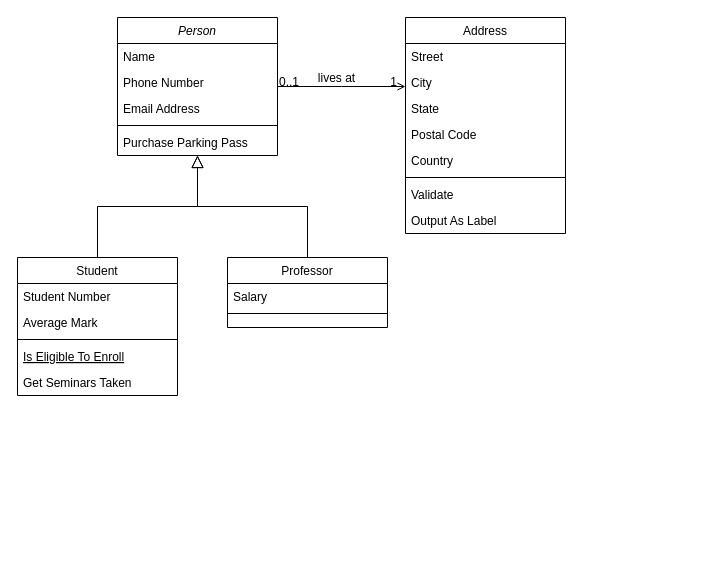
This is CashWithdrawalsClassDiagram.drawio from mattwatts36/drawings, a draw.io file, before an edit. Source tidied: cells renumbered, new cells numbered last; positions are measured from the earlier drawing's top-left corner, leaving out a move shared by most shapes. Both pictures are drawn from the tidied source at 100%, with x=0, y=0 at pixel (17, 17).
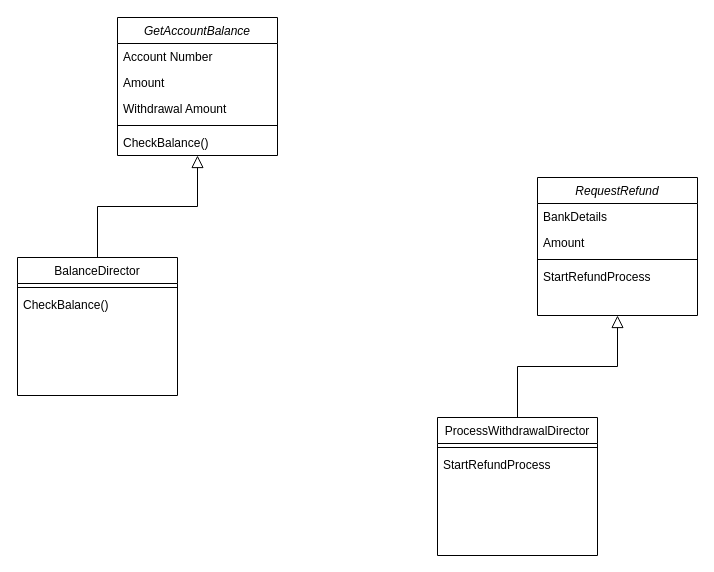
After the change.

Commit message:
Added first two directors

The edit, as a diff of the source:
```diff
@@
-    <mxCell id="2" value="Person" style="swimlane;fontStyle=2;align=center;verticalAlign=top;horizontal=1;startSize=26;rounded=0;shadow=0;strokeWidth=1;" parent="1" vertex="1">
+    <mxCell id="2" value="GetAccountBalance" style="swimlane;fontStyle=2;align=center;verticalAlign=top;horizontal=1;startSize=26;rounded=0;shadow=0;strokeWidth=1;" parent="1" vertex="1">
       <mxGeometry x="100" width="160" height="138" as="geometry" />
     </mxCell>
-    <mxCell id="3" value="Name" style="text;align=left;verticalAlign=top;spacingLeft=4;spacingRight=4;overflow=hidden;" parent="2" vertex="1">
+    <mxCell id="3" value="Account Number" style="text;align=left;verticalAlign=top;spacingLeft=4;spacingRight=4;overflow=hidden;" parent="2" vertex="1">
       <mxGeometry y="26" width="160" height="26" as="geometry" />
     </mxCell>
-    <mxCell id="4" value="Phone Number" style="text;align=left;verticalAlign=top;spacingLeft=4;spacingRight=4;overflow=hidden;rounded=0;shadow=0;html=0;" parent="2" vertex="1">
+    <mxCell id="4" value="Amount" style="text;align=left;verticalAlign=top;spacingLeft=4;spacingRight=4;overflow=hidden;rounded=0;shadow=0;html=0;" parent="2" vertex="1">
       <mxGeometry y="52" width="160" height="26" as="geometry" />
     </mxCell>
-    <mxCell id="5" value="Email Address" style="text;align=left;verticalAlign=top;spacingLeft=4;spacingRight=4;overflow=hidden;rounded=0;shadow=0;html=0;" parent="2" vertex="1">
+    <mxCell id="5" value="Withdrawal Amount" style="text;align=left;verticalAlign=top;spacingLeft=4;spacingRight=4;overflow=hidden;rounded=0;shadow=0;html=0;" parent="2" vertex="1">
       <mxGeometry y="78" width="160" height="26" as="geometry" />
     </mxCell>
@@
-    <mxCell id="7" value="Purchase Parking Pass" style="text;align=left;verticalAlign=top;spacingLeft=4;spacingRight=4;overflow=hidden;" parent="2" vertex="1">
+    <mxCell id="7" value="CheckBalance()" style="text;align=left;verticalAlign=top;spacingLeft=4;spacingRight=4;overflow=hidden;" parent="2" vertex="1">
       <mxGeometry y="112" width="160" height="26" as="geometry" />
     </mxCell>
-    <mxCell id="8" value="Student" style="swimlane;fontStyle=0;align=center;verticalAlign=top;horizontal=1;startSize=26;rounded=0;shadow=0;strokeWidth=1;" parent="1" vertex="1">
+    <mxCell id="8" value="BalanceDirector" style="swimlane;fontStyle=0;align=center;verticalAlign=top;horizontal=1;startSize=26;rounded=0;shadow=0;strokeWidth=1;" parent="1" vertex="1">
       <mxGeometry y="240" width="160" height="138" as="geometry" />
     </mxCell>
-    <mxCell id="9" value="Student Number" style="text;align=left;verticalAlign=top;spacingLeft=4;spacingRight=4;overflow=hidden;" parent="8" vertex="1">
-      <mxGeometry y="26" width="160" height="26" as="geometry" />
-    </mxCell>
-    <mxCell id="10" value="Average Mark" style="text;align=left;verticalAlign=top;spacingLeft=4;spacingRight=4;overflow=hidden;rounded=0;shadow=0;html=0;" parent="8" vertex="1">
-      <mxGeometry y="52" width="160" height="26" as="geometry" />
-    </mxCell>
     <mxCell id="11" style="line;html=1;strokeWidth=1;align=left;verticalAlign=middle;spacingTop=-1;spacingLeft=3;spacingRight=3;labelPosition=right;" parent="8" vertex="1">
-      <mxGeometry y="78" width="160" height="8" as="geometry" />
+      <mxGeometry y="26" width="160" height="8" as="geometry" />
     </mxCell>
-    <mxCell id="12" value="Is Eligible To Enroll" style="text;align=left;verticalAlign=top;spacingLeft=4;spacingRight=4;overflow=hidden;fontStyle=4;" parent="8" vertex="1">
-      <mxGeometry y="86" width="160" height="26" as="geometry" />
-    </mxCell>
-    <mxCell id="13" value="Get Seminars Taken" style="text;align=left;verticalAlign=top;spacingLeft=4;spacingRight=4;overflow=hidden;" parent="8" vertex="1">
-      <mxGeometry y="112" width="160" height="26" as="geometry" />
+    <mxCell id="13" value="CheckBalance()" style="text;align=left;verticalAlign=top;spacingLeft=4;spacingRight=4;overflow=hidden;" parent="8" vertex="1">
+      <mxGeometry y="34" width="160" height="26" as="geometry" />
     </mxCell>
@@
-    <mxCell id="15" value="Professor" style="swimlane;fontStyle=0;align=center;verticalAlign=top;horizontal=1;startSize=26;rounded=0;shadow=0;strokeWidth=1;" parent="1" vertex="1">
-      <mxGeometry x="210" y="240" width="160" height="70" as="geometry" />
-    </mxCell>
-    <mxCell id="16" value="Salary" style="text;align=left;verticalAlign=top;spacingLeft=4;spacingRight=4;overflow=hidden;" parent="15" vertex="1">
-      <mxGeometry y="26" width="160" height="26" as="geometry" />
-    </mxCell>
-    <mxCell id="17" style="line;html=1;strokeWidth=1;align=left;verticalAlign=middle;spacingTop=-1;spacingLeft=3;spacingRight=3;labelPosition=right;" parent="15" vertex="1">
-      <mxGeometry y="52" width="160" height="8" as="geometry" />
-    </mxCell>
-    <mxCell id="18" style="endArrow=block;endSize=10;endFill=0;shadow=0;strokeWidth=1;rounded=0;edgeStyle=elbowEdgeStyle;elbow=vertical;" parent="1" edge="1" source="15" target="2">
-      <mxGeometry relative="1" as="geometry" />
-    </mxCell>
-    <mxCell id="19" value="Address" style="swimlane;fontStyle=0;align=center;verticalAlign=top;horizontal=1;startSize=26;rounded=0;shadow=0;strokeWidth=1;" parent="1" vertex="1">
-      <mxGeometry x="388" width="160" height="216" as="geometry" />
-    </mxCell>
-    <mxCell id="20" value="Street" style="text;align=left;verticalAlign=top;spacingLeft=4;spacingRight=4;overflow=hidden;" parent="19" vertex="1">
-      <mxGeometry y="26" width="160" height="26" as="geometry" />
-    </mxCell>
-    <mxCell id="21" value="City" style="text;align=left;verticalAlign=top;spacingLeft=4;spacingRight=4;overflow=hidden;rounded=0;shadow=0;html=0;" parent="19" vertex="1">
-      <mxGeometry y="52" width="160" height="26" as="geometry" />
-    </mxCell>
-    <mxCell id="22" value="State" style="text;align=left;verticalAlign=top;spacingLeft=4;spacingRight=4;overflow=hidden;rounded=0;shadow=0;html=0;" parent="19" vertex="1">
-      <mxGeometry y="78" width="160" height="26" as="geometry" />
-    </mxCell>
-    <mxCell id="23" value="Postal Code" style="text;align=left;verticalAlign=top;spacingLeft=4;spacingRight=4;overflow=hidden;rounded=0;shadow=0;html=0;" parent="19" vertex="1">
-      <mxGeometry y="104" width="160" height="26" as="geometry" />
-    </mxCell>
-    <mxCell id="24" value="Country" style="text;align=left;verticalAlign=top;spacingLeft=4;spacingRight=4;overflow=hidden;rounded=0;shadow=0;html=0;" parent="19" vertex="1">
-      <mxGeometry y="130" width="160" height="26" as="geometry" />
-    </mxCell>
-    <mxCell id="25" style="line;html=1;strokeWidth=1;align=left;verticalAlign=middle;spacingTop=-1;spacingLeft=3;spacingRight=3;labelPosition=right;" parent="19" vertex="1">
-      <mxGeometry y="156" width="160" height="8" as="geometry" />
-    </mxCell>
-    <mxCell id="26" value="Validate" style="text;align=left;verticalAlign=top;spacingLeft=4;spacingRight=4;overflow=hidden;" parent="19" vertex="1">
-      <mxGeometry y="164" width="160" height="26" as="geometry" />
-    </mxCell>
-    <mxCell id="27" value="Output As Label" style="text;align=left;verticalAlign=top;spacingLeft=4;spacingRight=4;overflow=hidden;" parent="19" vertex="1">
-      <mxGeometry y="190" width="160" height="26" as="geometry" />
-    </mxCell>
-    <mxCell id="28" style="endArrow=open;shadow=0;strokeWidth=1;rounded=0;endFill=1;edgeStyle=elbowEdgeStyle;elbow=vertical;" parent="1" edge="1" source="2" target="19">
-      <mxGeometry x="0.5" y="41" relative="1" as="geometry">
-        <mxPoint x="-40" y="32" as="offset" />
-      </mxGeometry>
-    </mxCell>
-    <mxCell id="29" value="0..1" style="align=left;verticalAlign=bottom;labelBackgroundColor=none;fontSize=12;" parent="28" vertex="1">
-      <mxGeometry x="-1" relative="1" as="geometry">
-        <mxPoint y="4" as="offset" />
-      </mxGeometry>
-    </mxCell>
-    <mxCell id="30" value="1" style="align=right;verticalAlign=bottom;labelBackgroundColor=none;fontSize=12;" parent="28" vertex="1">
-      <mxGeometry x="1" relative="1" as="geometry">
-        <mxPoint x="-7" y="4" as="offset" />
-      </mxGeometry>
-    </mxCell>
-    <mxCell id="31" value="lives at" style="text;html=1;align=center;verticalAlign=middle;labelBackgroundColor=none;rounded=0;shadow=0;strokeWidth=1;fontSize=12;" parent="28" vertex="1">
-      <mxGeometry x="0.5" y="49" relative="1" as="geometry">
-        <mxPoint x="-38" y="40" as="offset" />
-      </mxGeometry>
-    </mxCell>
+    <mxCell id="32" value="RequestRefund" style="swimlane;fontStyle=2;align=center;verticalAlign=top;horizontal=1;startSize=26;rounded=0;shadow=0;strokeWidth=1;" parent="1" vertex="1">
+      <mxGeometry x="520" y="160" width="160" height="138" as="geometry" />
+    </mxCell>
+    <mxCell id="33" value="BankDetails" style="text;align=left;verticalAlign=top;spacingLeft=4;spacingRight=4;overflow=hidden;" parent="32" vertex="1">
+      <mxGeometry y="26" width="160" height="26" as="geometry" />
+    </mxCell>
+    <mxCell id="34" value="Amount" style="text;align=left;verticalAlign=top;spacingLeft=4;spacingRight=4;overflow=hidden;rounded=0;shadow=0;html=0;" parent="32" vertex="1">
+      <mxGeometry y="52" width="160" height="26" as="geometry" />
+    </mxCell>
+    <mxCell id="35" style="line;html=1;strokeWidth=1;align=left;verticalAlign=middle;spacingTop=-1;spacingLeft=3;spacingRight=3;labelPosition=right;" parent="32" vertex="1">
+      <mxGeometry y="78" width="160" height="8" as="geometry" />
+    </mxCell>
+    <mxCell id="36" value="StartRefundProcess" style="text;align=left;verticalAlign=top;spacingLeft=4;spacingRight=4;overflow=hidden;" parent="32" vertex="1">
+      <mxGeometry y="86" width="160" height="26" as="geometry" />
+    </mxCell>
+    <mxCell id="37" value="ProcessWithdrawalDirector" style="swimlane;fontStyle=0;align=center;verticalAlign=top;horizontal=1;startSize=26;rounded=0;shadow=0;strokeWidth=1;" parent="1" vertex="1">
+      <mxGeometry x="420" y="400" width="160" height="138" as="geometry" />
+    </mxCell>
+    <mxCell id="38" style="line;html=1;strokeWidth=1;align=left;verticalAlign=middle;spacingTop=-1;spacingLeft=3;spacingRight=3;labelPosition=right;" parent="37" vertex="1">
+      <mxGeometry y="26" width="160" height="8" as="geometry" />
+    </mxCell>
+    <mxCell id="39" value="StartRefundProcess" style="text;align=left;verticalAlign=top;spacingLeft=4;spacingRight=4;overflow=hidden;" parent="37" vertex="1">
+      <mxGeometry y="34" width="160" height="26" as="geometry" />
+    </mxCell>
+    <mxCell id="40" style="endArrow=block;endSize=10;endFill=0;shadow=0;strokeWidth=1;rounded=0;edgeStyle=elbowEdgeStyle;elbow=vertical;" parent="1" edge="1" source="37" target="32">
+      <mxGeometry relative="1" as="geometry" />
+    </mxCell>
```
